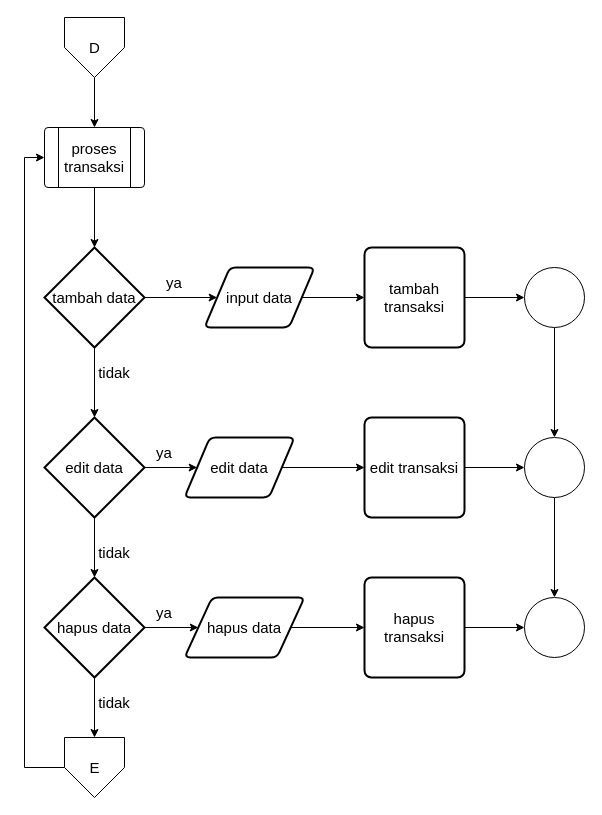
Above: page "flowchart transaksi" (19 of 20) of Untitled Diagram.drawio in dreamergirl01/uml_bankSampah (draw.io), before the change. Source tidied: cells renumbered, new cells numbered last; positions are measured from the earlier drawing's top-left corner, leaving out a move shared by most shapes. Both pictures are drawn from the tidied source at 100%, with x=0, y=0 at pixel (24, 17).
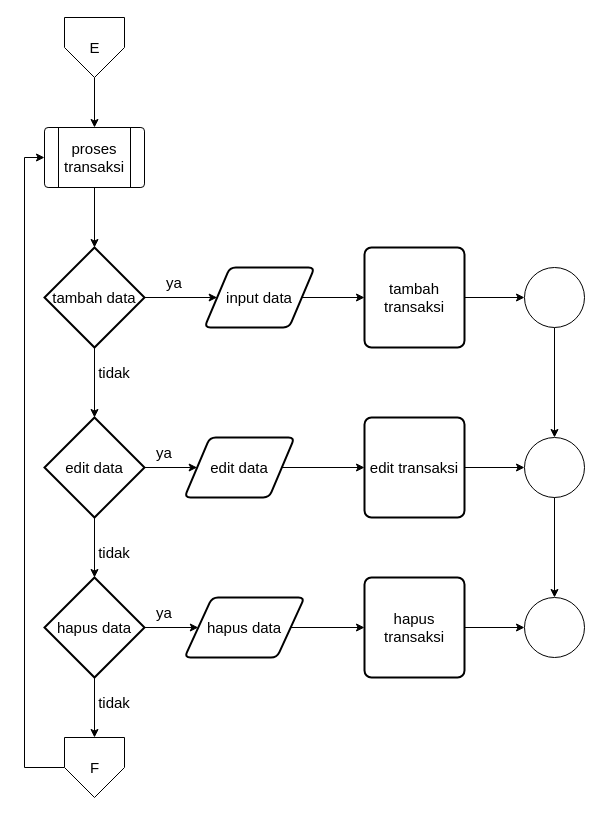
After the change.

Diff of the diagram source:
```diff
@@
-    <mxCell id="3" value="D" style="verticalLabelPosition=middle;verticalAlign=middle;html=1;shape=offPageConnector;rounded=0;size=0.5;fontSize=15;labelPosition=center;align=center;" parent="1" vertex="1">
+    <mxCell id="3" value="E" style="verticalLabelPosition=middle;verticalAlign=middle;html=1;shape=offPageConnector;rounded=0;size=0.5;fontSize=15;labelPosition=center;align=center;" parent="1" vertex="1">
       <mxGeometry x="40" width="60" height="60" as="geometry" />
     </mxCell>
@@
-    <mxCell id="34" value="E" style="verticalLabelPosition=middle;verticalAlign=middle;html=1;shape=offPageConnector;rounded=0;size=0.5;fontSize=15;labelPosition=center;align=center;" parent="1" vertex="1">
+    <mxCell id="34" value="F" style="verticalLabelPosition=middle;verticalAlign=middle;html=1;shape=offPageConnector;rounded=0;size=0.5;fontSize=15;labelPosition=center;align=center;" parent="1" vertex="1">
       <mxGeometry x="40" y="720" width="60" height="60" as="geometry" />
     </mxCell>
```
